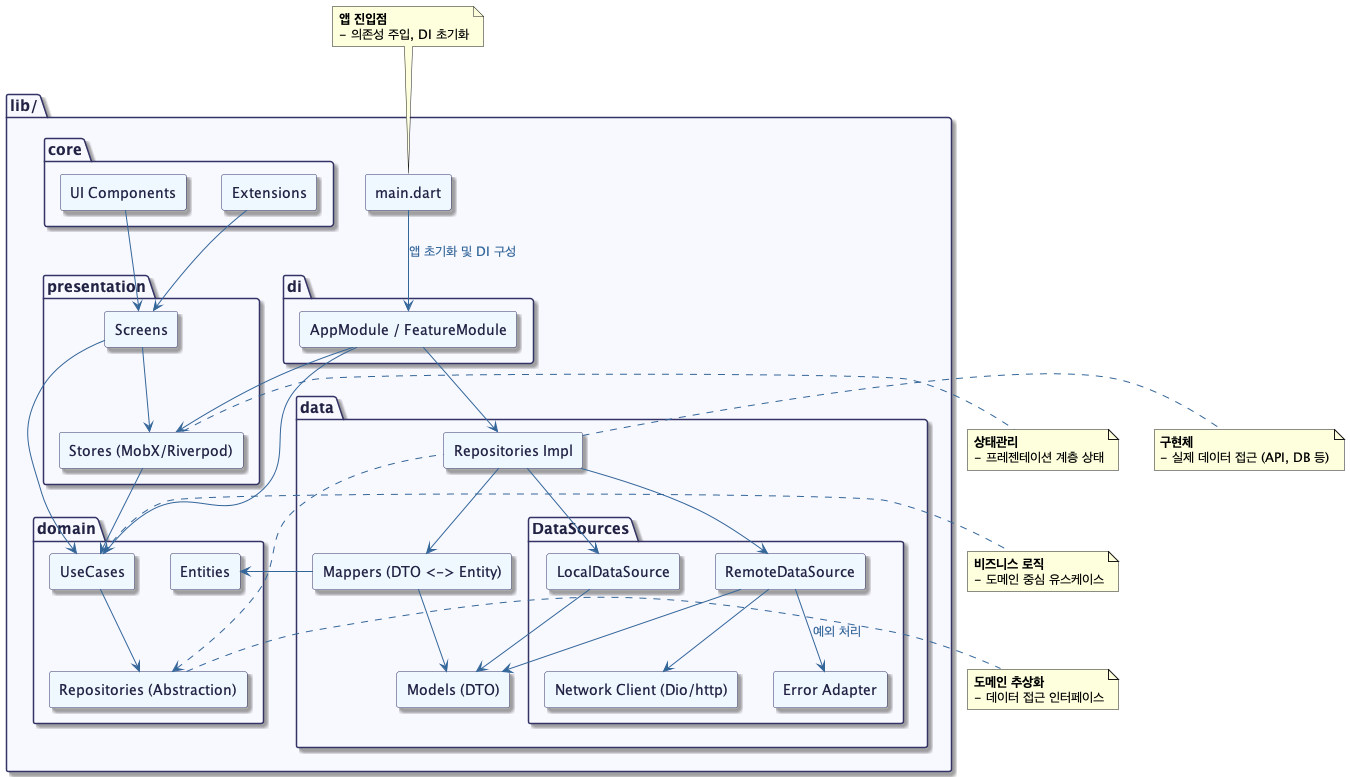
This is assets/images/app/architecture_component.png from aw-birdgang/saiondo, a PlantUML export, as it was before one commit. Source of this version:
```plantuml
@startuml
skinparam package {
  BackgroundColor #F8F8FF
  BorderColor #333366
  FontColor #222244
  FontSize 15
  Shadowing true
}
skinparam rectangle {
  BackgroundColor #F0F8FF
  BorderColor #333366
  FontColor #222244
  Shadowing true
}
skinparam ArrowColor #336699
skinparam ArrowFontColor #336699
skinparam ArrowFontSize 13


package "lib/" {

  rectangle "main.dart" as main

  package "core" {
    rectangle "Extensions"
    rectangle "UI Components"
  }

  package "data" {
    rectangle "Repositories Impl"
    package "DataSources" {
      rectangle "RemoteDataSource"
      rectangle "LocalDataSource"
      rectangle "Error Adapter"
      rectangle "Network Client (Dio/http)"
    }
    rectangle "Models (DTO)"
    rectangle "Mappers (DTO <-> Entity)"
  }

  package "domain" {
    rectangle "UseCases"
    rectangle "Repositories (Abstraction)"
    rectangle "Entities"
  }

  package "presentation" {
    rectangle "Screens"
    rectangle "Stores (MobX/Riverpod)"
  }

  package "di" {
    rectangle "AppModule / FeatureModule"
  }
}


main --> "AppModule / FeatureModule" : "앱 초기화 및 DI 구성"
"AppModule / FeatureModule" --> "Repositories Impl"
"AppModule / FeatureModule" --> "UseCases"
"AppModule / FeatureModule" --> "Stores (MobX/Riverpod)"

"Screens" --> "Stores (MobX/Riverpod)"
"Screens" --> "UseCases"
"Stores (MobX/Riverpod)" --> "UseCases"

"UseCases" --> "Repositories (Abstraction)"
"Repositories (Abstraction)" <.. "Repositories Impl"

"Repositories Impl" --> "RemoteDataSource"
"Repositories Impl" --> "LocalDataSource"
"Repositories Impl" --> "Mappers (DTO <-> Entity)"

"RemoteDataSource" --> "Network Client (Dio/http)"
"RemoteDataSource" --> "Error Adapter" : "예외 처리"
"RemoteDataSource" --> "Models (DTO)"

"LocalDataSource" --> "Models (DTO)"

"Mappers (DTO <-> Entity)" --> "Models (DTO)"
"Mappers (DTO <-> Entity)" --> "Entities"

"UI Components" --> "Screens"
"Extensions" --> "Screens"

note top of main
  <b>앱 진입점</b>
  - 의존성 주입, DI 초기화
end note

note right of "UseCases"
  <b>비즈니스 로직</b>
  - 도메인 중심 유스케이스
end note

note right of "Repositories (Abstraction)"
  <b>도메인 추상화</b>
  - 데이터 접근 인터페이스
end note

note right of "Repositories Impl"
  <b>구현체</b>
  - 실제 데이터 접근 (API, DB 등)
end note

note right of "Stores (MobX/Riverpod)"
  <b>상태관리</b>
  - 프레젠테이션 계층 상태
end note

@enduml
```
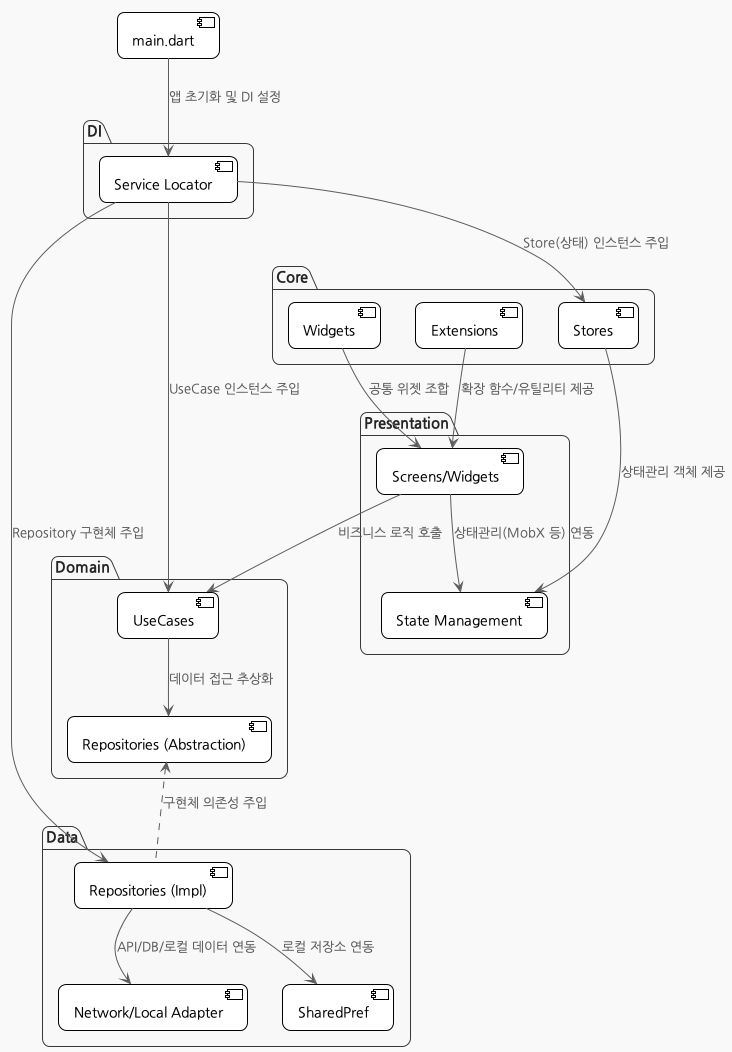
After the commit.

Change to the diagram source:
```diff
@@ -1,111 +1,64 @@
 @startuml
+!theme plain
+skinparam componentStyle uml2
+skinparam shadowing false
+skinparam roundcorner 15
+skinparam monochrome true
+skinparam backgroundColor #F9F9F9
+skinparam ArrowColor Black
+skinparam ArrowFontColor Black
+skinparam defaultFontName "Nanum Gothic"
+
 skinparam package {
   BackgroundColor #F8F8FF
   BorderColor #333366
   FontColor #222244
   FontSize 15
-  Shadowing true
 }
 skinparam rectangle {
   BackgroundColor #F0F8FF
   BorderColor #333366
   FontColor #222244
-  Shadowing true
 }
 skinparam ArrowColor #336699
 skinparam ArrowFontColor #336699
 skinparam ArrowFontSize 13
 
-
-package "lib/" {
-
-  rectangle "main.dart" as main
-
-  package "core" {
-    rectangle "Extensions"
-    rectangle "UI Components"
-  }
-
-  package "data" {
-    rectangle "Repositories Impl"
-    package "DataSources" {
-      rectangle "RemoteDataSource"
-      rectangle "LocalDataSource"
-      rectangle "Error Adapter"
-      rectangle "Network Client (Dio/http)"
-    }
-    rectangle "Models (DTO)"
-    rectangle "Mappers (DTO <-> Entity)"
-  }
-
-  package "domain" {
-    rectangle "UseCases"
-    rectangle "Repositories (Abstraction)"
-    rectangle "Entities"
-  }
-
-  package "presentation" {
-    rectangle "Screens"
-    rectangle "Stores (MobX/Riverpod)"
-  }
-
-  package "di" {
-    rectangle "AppModule / FeatureModule"
-  }
+package "Presentation" {
+  [Screens/Widgets]
+  [State Management]
+}
+package "Domain" {
+  [UseCases]
+  [Repositories (Abstraction)]
+}
+package "Data" {
+  [Repositories (Impl)]
+  [Network/Local Adapter]
+  [SharedPref]
+}
+package "Core" {
+  [Stores]
+  [Widgets]
+  [Extensions]
+}
+package "DI" {
+  [Service Locator]
 }
 
+[main.dart] --> [Service Locator] : "앱 초기화 및 DI 설정"
+[Service Locator] --> [Repositories (Impl)] : "Repository 구현체 주입"
+[Service Locator] --> [UseCases] : "UseCase 인스턴스 주입"
+[Service Locator] --> [Stores] : "Store(상태) 인스턴스 주입"
 
-main --> "AppModule / FeatureModule" : "앱 초기화 및 DI 구성"
-"AppModule / FeatureModule" --> "Repositories Impl"
-"AppModule / FeatureModule" --> "UseCases"
-"AppModule / FeatureModule" --> "Stores (MobX/Riverpod)"
+[Screens/Widgets] --> [State Management] : "상태관리(MobX 등) 연동"
+[Screens/Widgets] --> [UseCases] : "비즈니스 로직 호출"
+[UseCases] --> [Repositories (Abstraction)] : "데이터 접근 추상화"
+[Repositories (Abstraction)] <.. [Repositories (Impl)] : "구현체 의존성 주입"
+[Repositories (Impl)] --> [Network/Local Adapter] : "API/DB/로컬 데이터 연동"
+[Repositories (Impl)] --> [SharedPref] : "로컬 저장소 연동"
 
-"Screens" --> "Stores (MobX/Riverpod)"
-"Screens" --> "UseCases"
-"Stores (MobX/Riverpod)" --> "UseCases"
-
-"UseCases" --> "Repositories (Abstraction)"
-"Repositories (Abstraction)" <.. "Repositories Impl"
-
-"Repositories Impl" --> "RemoteDataSource"
-"Repositories Impl" --> "LocalDataSource"
-"Repositories Impl" --> "Mappers (DTO <-> Entity)"
-
-"RemoteDataSource" --> "Network Client (Dio/http)"
-"RemoteDataSource" --> "Error Adapter" : "예외 처리"
-"RemoteDataSource" --> "Models (DTO)"
-
-"LocalDataSource" --> "Models (DTO)"
-
-"Mappers (DTO <-> Entity)" --> "Models (DTO)"
-"Mappers (DTO <-> Entity)" --> "Entities"
-
-"UI Components" --> "Screens"
-"Extensions" --> "Screens"
-
-note top of main
-  <b>앱 진입점</b>
-  - 의존성 주입, DI 초기화
-end note
-
-note right of "UseCases"
-  <b>비즈니스 로직</b>
-  - 도메인 중심 유스케이스
-end note
-
-note right of "Repositories (Abstraction)"
-  <b>도메인 추상화</b>
-  - 데이터 접근 인터페이스
-end note
-
-note right of "Repositories Impl"
-  <b>구현체</b>
-  - 실제 데이터 접근 (API, DB 등)
-end note
-
-note right of "Stores (MobX/Riverpod)"
-  <b>상태관리</b>
-  - 프레젠테이션 계층 상태
-end note
-
+[Stores] --> [State Management] : "상태관리 객체 제공"
+[Widgets] --> [Screens/Widgets] : "공통 위젯 조합"
+[Extensions] --> [Screens/Widgets] : "확장 함수/유틸리티 제공"
 @enduml
```
